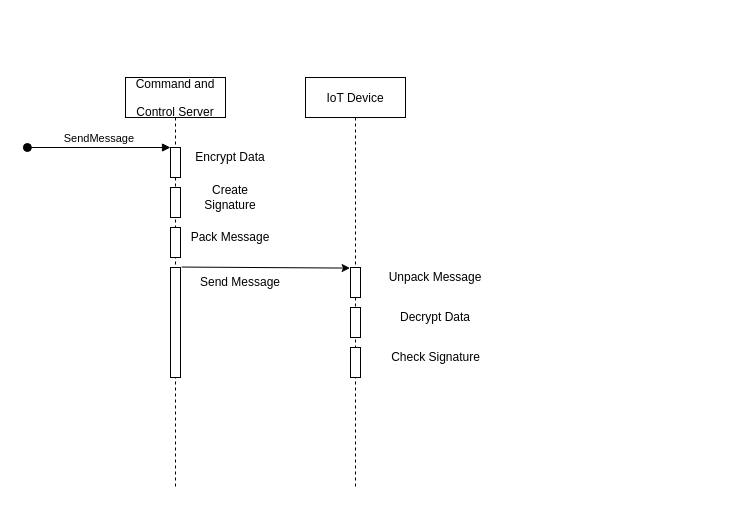
This is Documentation/UML Designs/Message.drawio from kTindalland-uni/HonoursProject, a draw.io file, before an edit. Source tidied: cells renumbered, new cells numbered last; positions are measured from the earlier drawing's top-left corner, leaving out a move shared by most shapes. Both pictures are drawn from the tidied source at 100%, with x=0, y=0 at pixel (27, 77).
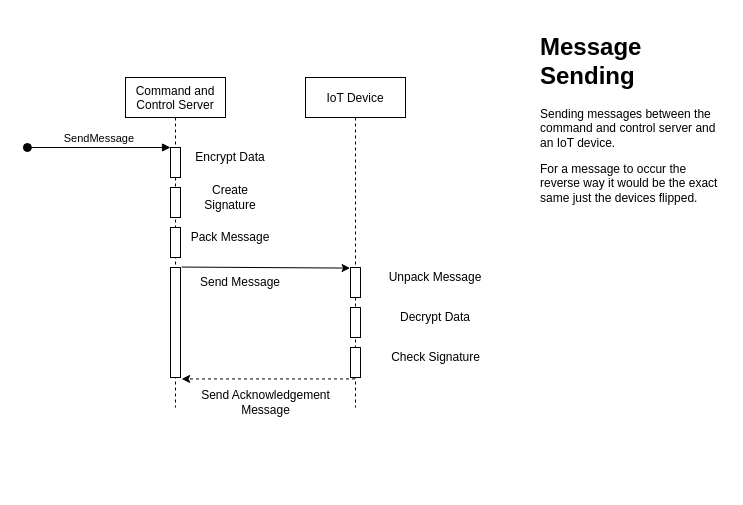
The same page after the edit.

The change refers to these unchanged cells:
```xml
<mxCell id="13" style="points=[];perimeter=orthogonalPerimeter;rounded=0;shadow=0;strokeWidth=1;" parent="1" vertex="1">
  <mxGeometry x="143" y="190" width="10" height="110" as="geometry" />
</mxCell>
```

What changed in the source:
```diff
@@
-    <mxCell id="2" value="Command and &#10;&#10;Control Server" style="shape=umlLifeline;perimeter=lifelinePerimeter;rounded=0;shadow=0;strokeWidth=1;" parent="1" vertex="1">
-      <mxGeometry x="98" width="100" height="410" as="geometry" />
+    <mxCell id="2" value="Command and &#10;Control Server" style="shape=umlLifeline;perimeter=lifelinePerimeter;rounded=0;shadow=0;strokeWidth=1;" parent="1" vertex="1">
+      <mxGeometry x="98" width="100" height="330" as="geometry" />
     </mxCell>
@@
     <mxCell id="7" value="IoT Device" style="shape=umlLifeline;perimeter=lifelinePerimeter;rounded=0;shadow=0;strokeWidth=1;" parent="1" vertex="1">
-      <mxGeometry x="278" width="100" height="410" as="geometry" />
+      <mxGeometry x="278" width="100" height="330" as="geometry" />
     </mxCell>
@@
+    <mxCell id="20" style="endArrow=classic;html=1;entryX=1.114;entryY=1.013;entryDx=0;entryDy=0;entryPerimeter=0;dashed=1;" parent="1" edge="1" source="7" target="13">
+      <mxGeometry relative="1" as="geometry" />
+    </mxCell>
+    <mxCell id="21" value="Send Acknowledgement&lt;br&gt;Message" style="text;html=1;align=center;verticalAlign=middle;" parent="1" vertex="1">
+      <mxGeometry x="168" y="310" width="140" height="30" as="geometry" />
+    </mxCell>
+    <mxCell id="22" value="&lt;h1&gt;Message Sending&lt;/h1&gt;&lt;p&gt;Sending messages between the command and control server and an IoT device.&lt;/p&gt;&lt;p&gt;For a message to occur the reverse way it would be the exact same just the devices flipped.&lt;/p&gt;" style="text;html=1;strokeColor=none;fillColor=none;spacing=5;spacingTop=-20;whiteSpace=wrap;overflow=hidden;rounded=0;" parent="1" vertex="1">
+      <mxGeometry x="508" y="-50" width="190" height="240" as="geometry" />
+    </mxCell>
```
